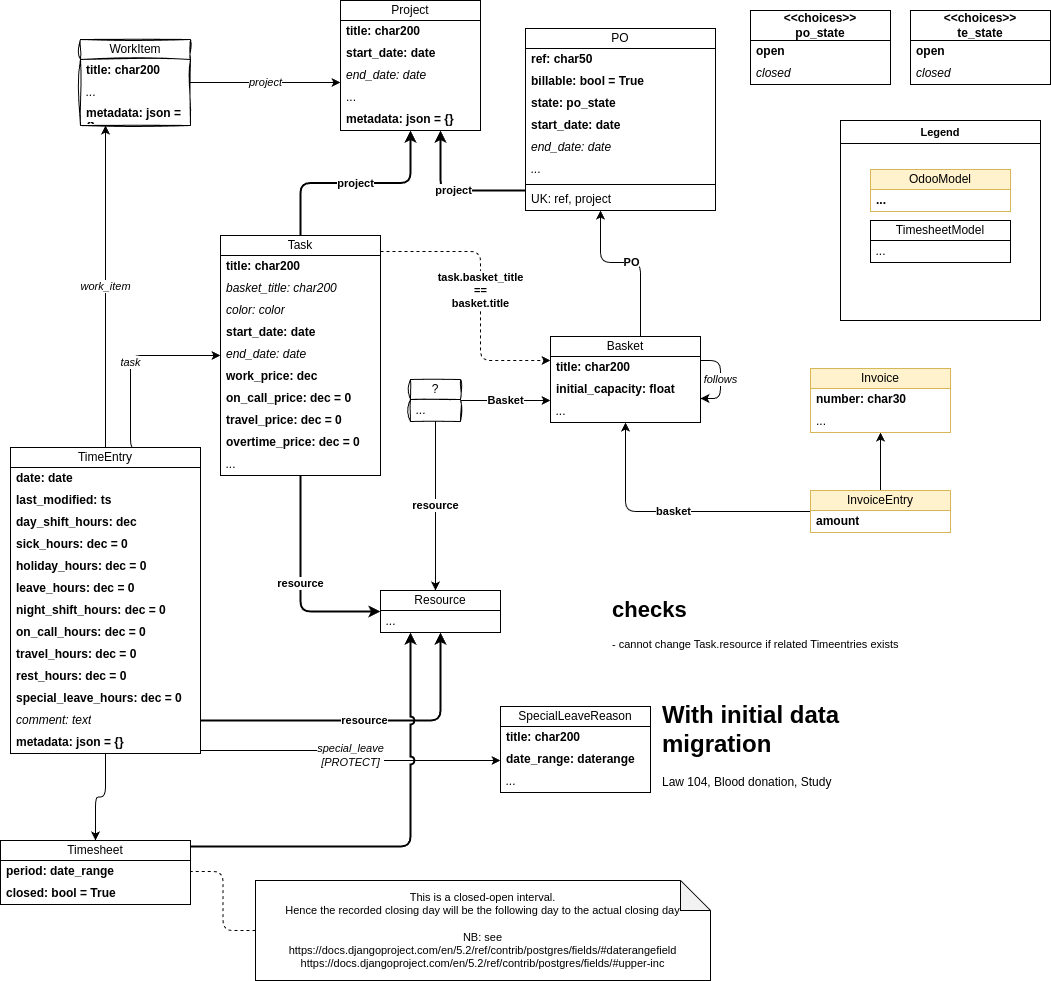
The draw.io diagram docs/wiki/Timesheet.drawio.png in k-tech-italy/krm3, before a commit. Source tidied: cells renumbered, new cells last; positions are measured from the earlier drawing's top-left corner, leaving out a move shared by most shapes.
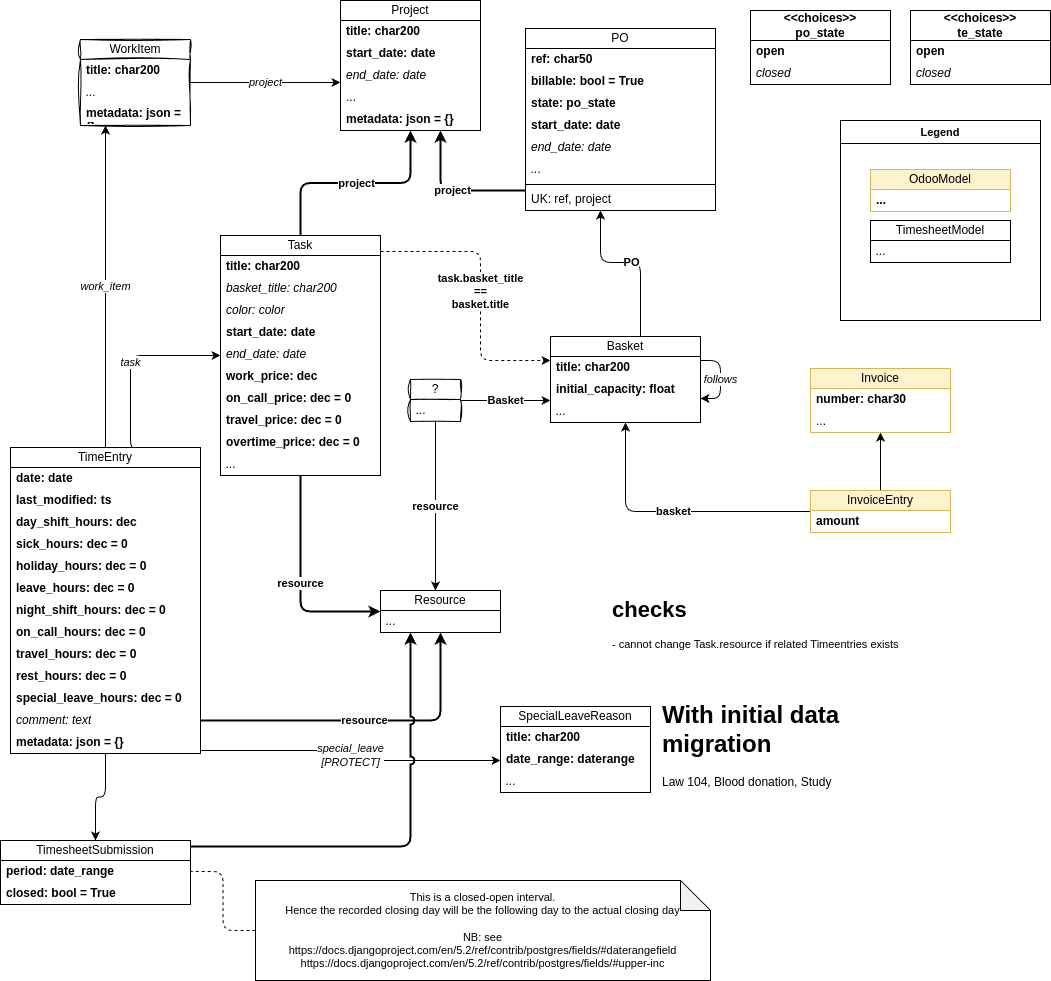
The same file after the commit.

The edit, as a diff of the source:
```diff
@@ -327,7 +327,7 @@
         </Array>
       </mxGeometry>
     </mxCell>
-    <mxCell id="93" value="Timesheet" style="swimlane;fontStyle=0;horizontal=1;startSize=20;whiteSpace=wrap;html=1;" parent="1" vertex="1">
+    <mxCell id="93" value="TimesheetSubmission" style="swimlane;fontStyle=0;horizontal=1;startSize=20;whiteSpace=wrap;html=1;" parent="1" vertex="1">
       <mxGeometry y="840" width="190" height="64" as="geometry" />
     </mxCell>
     <mxCell id="94" value="period: date_range" style="text;strokeColor=none;fillColor=none;align=left;verticalAlign=middle;spacingLeft=4;spacingRight=4;overflow=hidden;points=[[0,0.5],[1,0.5]];portConstraint=eastwest;whiteSpace=wrap;html=1;fontStyle=1;" parent="93" vertex="1">
```
